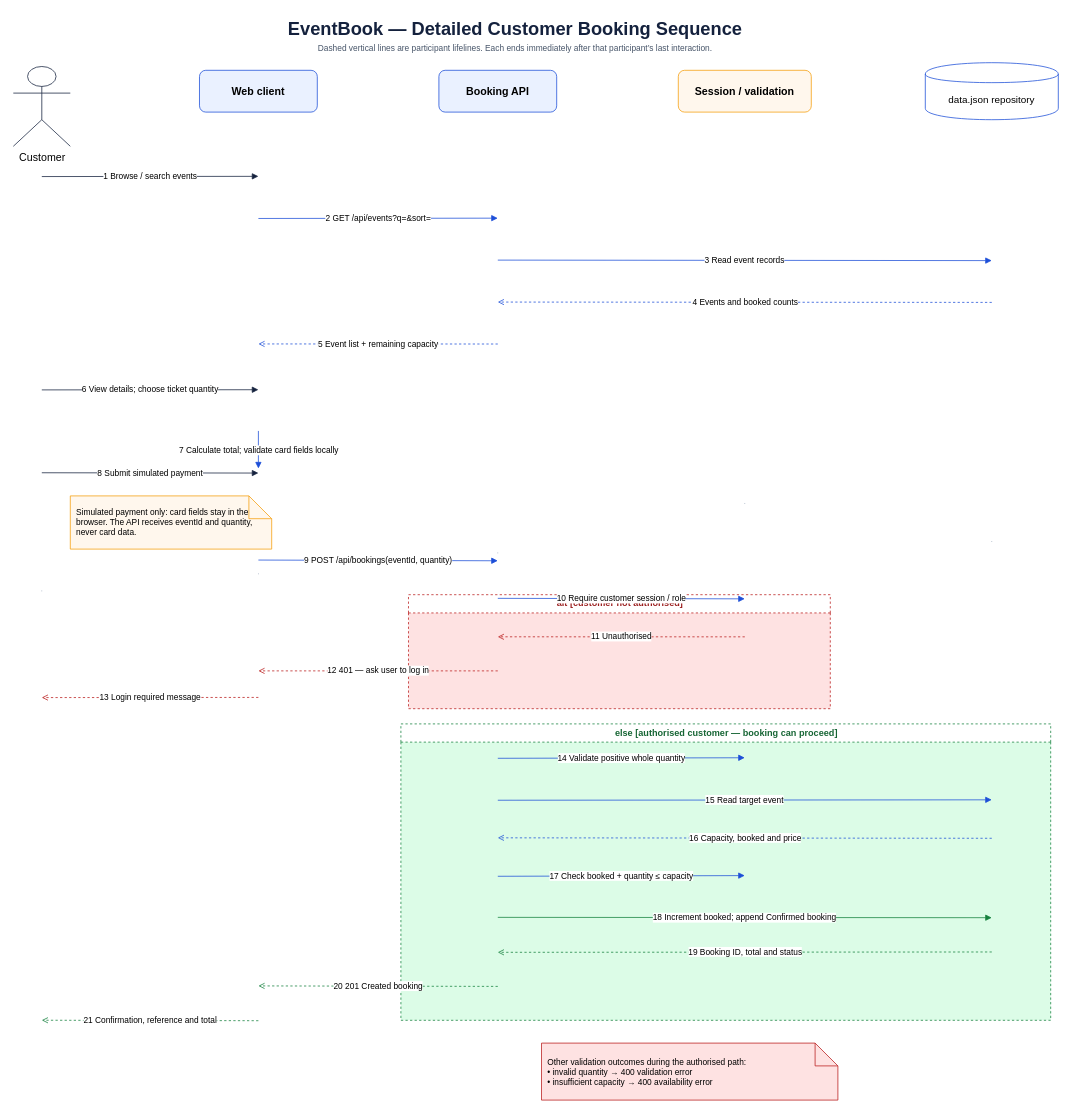
Before: docs/drawio/eventbook-booking-sequence.drawio in likhitrajdundigal/event-ticket-booking-system, a draw.io diagram. Source tidied: cells renumbered, new cells numbered last; positions are measured from the earlier drawing's top-left corner, leaving out a move shared by most shapes. Both pictures are drawn from the tidied source at 76%, with x=0, y=0 at pixel (13, 13).
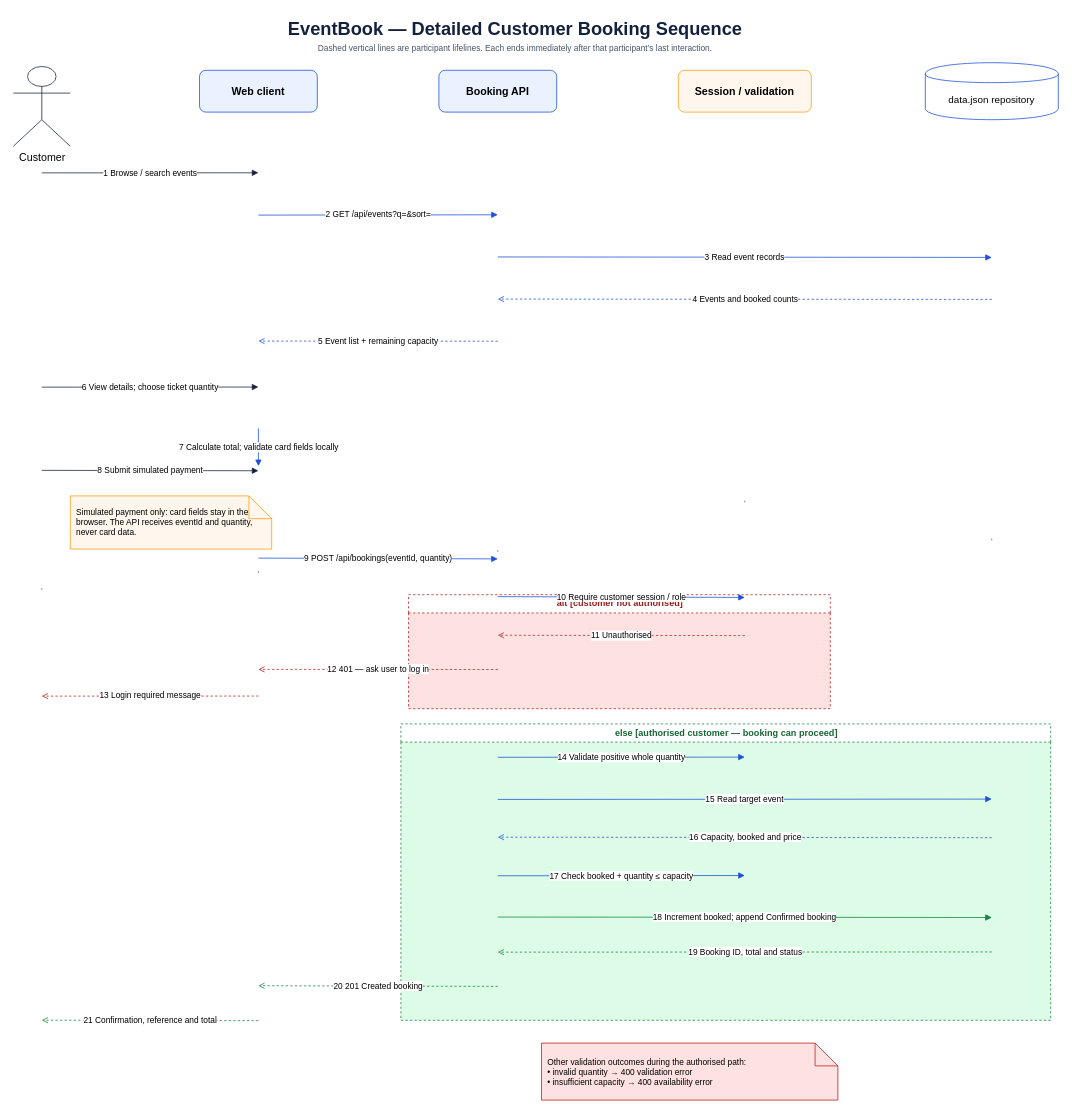
After the change.

Commit message:
docs: visibly join booking sequence lifelines

The edit, as a diff of the source:
```diff
@@
-    <mxCell id="11" style="shape=line;dashed=1;dashPattern=3 3;strokeColor=#94a3b8;" parent="1" vertex="1">
-      <mxGeometry x="37" y="180" width="1" height="1160" as="geometry" />
+    <mxCell id="11" style="shape=line;dashed=1;dashPattern=7 5;strokeColor=#475569;strokeWidth=2;" parent="1" vertex="1">
+      <mxGeometry x="37" y="175" width="1" height="1165" as="geometry" />
     </mxCell>
-    <mxCell id="12" style="shape=line;dashed=1;dashPattern=3 3;strokeColor=#94a3b8;" parent="1" vertex="1">
-      <mxGeometry x="322" y="135" width="1" height="1205" as="geometry" />
+    <mxCell id="12" style="shape=line;dashed=1;dashPattern=7 5;strokeColor=#475569;strokeWidth=2;" parent="1" vertex="1">
+      <mxGeometry x="322" y="130" width="1" height="1210" as="geometry" />
     </mxCell>
-    <mxCell id="13" style="shape=line;dashed=1;dashPattern=3 3;strokeColor=#94a3b8;" parent="1" vertex="1">
-      <mxGeometry x="637" y="135" width="1" height="1150" as="geometry" />
+    <mxCell id="13" style="shape=line;dashed=1;dashPattern=7 5;strokeColor=#475569;strokeWidth=2;" parent="1" vertex="1">
+      <mxGeometry x="637" y="130" width="1" height="1155" as="geometry" />
     </mxCell>
-    <mxCell id="14" style="shape=line;dashed=1;dashPattern=3 3;strokeColor=#94a3b8;" parent="1" vertex="1">
-      <mxGeometry x="962" y="135" width="1" height="1020" as="geometry" />
+    <mxCell id="14" style="shape=line;dashed=1;dashPattern=7 5;strokeColor=#475569;strokeWidth=2;" parent="1" vertex="1">
+      <mxGeometry x="962" y="130" width="1" height="1025" as="geometry" />
     </mxCell>
-    <mxCell id="15" style="shape=line;dashed=1;dashPattern=3 3;strokeColor=#94a3b8;" parent="1" vertex="1">
-      <mxGeometry x="1287" y="145" width="1" height="1100" as="geometry" />
+    <mxCell id="15" style="shape=line;dashed=1;dashPattern=7 5;strokeColor=#475569;strokeWidth=2;" parent="1" vertex="1">
+      <mxGeometry x="1287" y="140" width="1" height="1105" as="geometry" />
     </mxCell>
```
